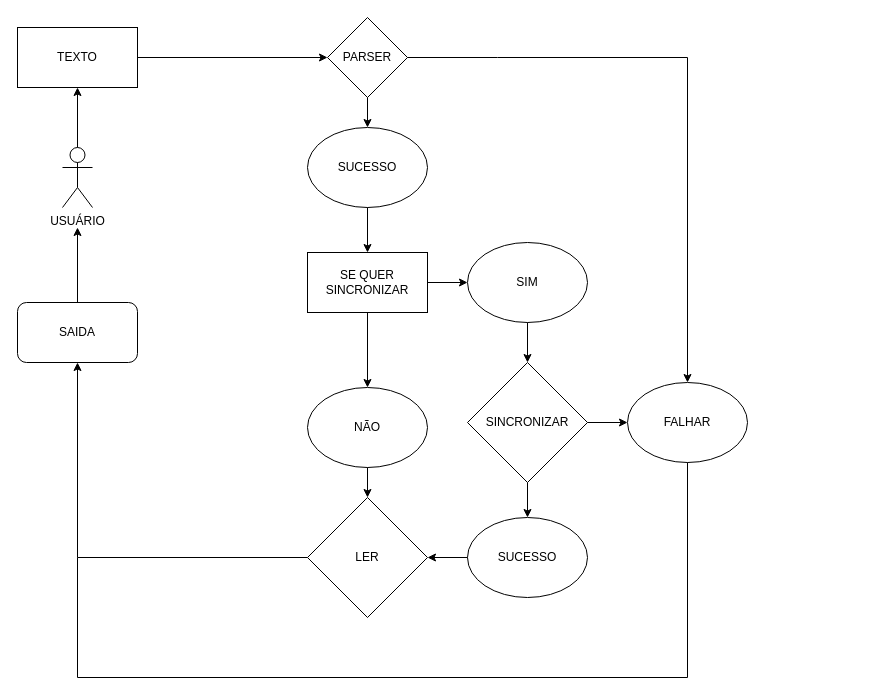
BeyondMagic/litteral keeps this draw.io diagram as Diagrama sem nome.drawio. Above is the earlier version. Source tidied: cells renumbered, new cells numbered last; positions are measured from the earlier drawing's top-left corner, leaving out a move shared by most shapes. Both pictures are drawn from the tidied source at 100%, with x=0, y=0 at pixel (17, 17).
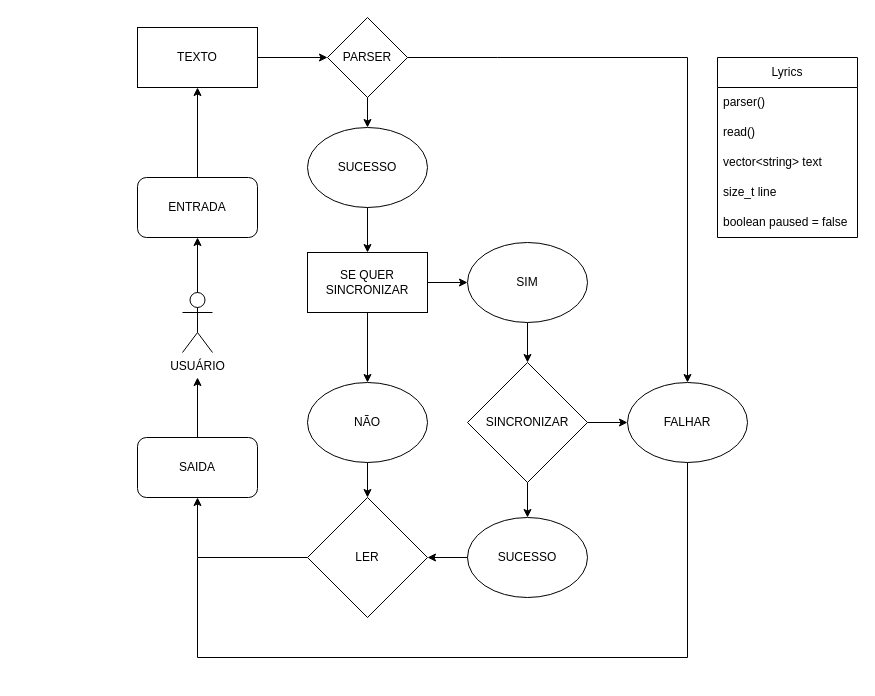
After the change.

The change refers to these unchanged cells:
```xml
<mxCell id="4" value="PARSER" style="rhombus;whiteSpace=wrap;html=1;" parent="1" vertex="1">
  <mxGeometry x="310" width="80" height="80" as="geometry" />
</mxCell>
<mxCell id="9" value="&lt;div&gt;SINCRONIZAR&lt;/div&gt;" style="rhombus;whiteSpace=wrap;html=1;" parent="1" vertex="1">
  <mxGeometry x="450" y="345" width="120" height="120" as="geometry" />
</mxCell>
<mxCell id="15" value="LER" style="rhombus;whiteSpace=wrap;html=1;" parent="1" vertex="1">
  <mxGeometry x="290" y="480" width="120" height="120" as="geometry" />
</mxCell>
<mxCell id="17" value="FALHAR" style="ellipse;whiteSpace=wrap;html=1;" parent="1" vertex="1">
  <mxGeometry x="610" y="365" width="120" height="80" as="geometry" />
</mxCell>
```

The edit, as a diff of the source:
```diff
@@
     <mxCell id="2" value="TEXTO" style="rounded=0;whiteSpace=wrap;html=1;" parent="1" vertex="1">
-      <mxGeometry y="10" width="120" height="60" as="geometry" />
+      <mxGeometry x="120" y="10" width="120" height="60" as="geometry" />
     </mxCell>
@@
     <mxCell id="10" value="USUÁRIO" style="shape=umlActor;verticalLabelPosition=bottom;verticalAlign=top;html=1;outlineConnect=0;" parent="1" vertex="1">
-      <mxGeometry x="45" y="130" width="30" height="60" as="geometry" />
+      <mxGeometry x="165" y="275" width="30" height="60" as="geometry" />
     </mxCell>
-    <mxCell id="11" style="endArrow=classic;html=1;rounded=0;exitX=0.5;exitY=0;exitDx=0;exitDy=0;exitPerimeter=0;entryX=0.5;entryY=1;entryDx=0;entryDy=0;" parent="1" edge="1" source="10" target="2">
-      <mxGeometry relative="1" as="geometry" />
+    <mxCell id="11" style="endArrow=classic;html=1;rounded=0;exitX=0.5;exitY=0;exitDx=0;exitDy=0;exitPerimeter=0;" parent="1" edge="1" source="10">
+      <mxGeometry relative="1" as="geometry">
+        <mxPoint x="180" y="220" as="targetPoint" />
+      </mxGeometry>
     </mxCell>
     <mxCell id="12" value="NÃO" style="ellipse;whiteSpace=wrap;html=1;" parent="1" vertex="1">
-      <mxGeometry x="290" y="370" width="120" height="80" as="geometry" />
+      <mxGeometry x="290" y="365" width="120" height="80" as="geometry" />
     </mxCell>
@@
     <mxCell id="16" style="endArrow=classic;html=1;rounded=0;exitX=0.5;exitY=0;exitDx=0;exitDy=0;" parent="1" edge="1" source="23">
       <mxGeometry relative="1" as="geometry">
-        <mxPoint x="60" y="210" as="targetPoint" />
+        <mxPoint x="180" y="360" as="targetPoint" />
       </mxGeometry>
     </mxCell>
@@
-    <mxCell id="18" style="endArrow=classic;html=1;rounded=0;entryX=0;entryY=0.5;entryDx=0;entryDy=0;exitX=1;exitY=0.5;exitDx=0;exitDy=0;" parent="1" edge="1" source="9" target="17">
-      <mxGeometry relative="1" as="geometry" />
+    <mxCell id="18" style="endArrow=classic;html=1;rounded=0;entryX=0;entryY=0.5;entryDx=0;entryDy=0;exitX=1;exitY=0.5;exitDx=0;exitDy=0;" parent="1" edge="1" source="9">
+      <mxGeometry relative="1" as="geometry">
+        <mxPoint x="610" y="405" as="targetPoint" />
+      </mxGeometry>
     </mxCell>
@@
-    <mxCell id="22" style="endArrow=classic;html=1;rounded=0;exitX=0;exitY=0.5;exitDx=0;exitDy=0;" parent="1" edge="1" source="15" target="23">
+    <mxCell id="22" style="endArrow=classic;html=1;rounded=0;exitX=0;exitY=0.5;exitDx=0;exitDy=0;entryX=0.5;entryY=1;entryDx=0;entryDy=0;" parent="1" edge="1" source="15" target="23">
       <mxGeometry relative="1" as="geometry">
         <Array as="points">
-          <mxPoint x="60" y="540" />
+          <mxPoint x="180" y="540" />
         </Array>
       </mxGeometry>
     </mxCell>
     <mxCell id="23" value="SAIDA" style="rounded=1;whiteSpace=wrap;html=1;" parent="1" vertex="1">
-      <mxGeometry y="285" width="120" height="60" as="geometry" />
+      <mxGeometry x="120" y="420" width="120" height="60" as="geometry" />
     </mxCell>
     <mxCell id="24" style="endArrow=none;html=1;rounded=0;exitX=0.5;exitY=1;exitDx=0;exitDy=0;" parent="1" edge="1" source="17">
       <mxGeometry relative="1" as="geometry">
-        <mxPoint x="60" y="540" as="targetPoint" />
+        <mxPoint x="180" y="540" as="targetPoint" />
         <Array as="points">
-          <mxPoint x="670" y="660" />
-          <mxPoint x="60" y="660" />
+          <mxPoint x="670" y="640" />
+          <mxPoint x="180" y="640" />
         </Array>
       </mxGeometry>
     </mxCell>
-    <mxCell id="25" style="endArrow=classic;html=1;rounded=0;exitX=1;exitY=0.5;exitDx=0;exitDy=0;entryX=0.5;entryY=0;entryDx=0;entryDy=0;" parent="1" edge="1" source="4" target="17">
+    <mxCell id="25" style="endArrow=classic;html=1;rounded=0;exitX=1;exitY=0.5;exitDx=0;exitDy=0;entryX=0.5;entryY=0;entryDx=0;entryDy=0;" parent="1" edge="1" source="4">
       <mxGeometry relative="1" as="geometry">
+        <mxPoint x="670" y="365" as="targetPoint" />
         <Array as="points">
           <mxPoint x="480" y="40" />
           <mxPoint x="670" y="40" />
         </Array>
       </mxGeometry>
     </mxCell>
@@
+    <mxCell id="29" value="Lyrics" style="swimlane;fontStyle=0;horizontal=1;startSize=30;whiteSpace=wrap;html=1;" parent="1" vertex="1">
+      <mxGeometry x="700" y="40" width="140" height="180" as="geometry" />
+    </mxCell>
+    <mxCell id="30" value="parser()" style="text;strokeColor=none;fillColor=none;align=left;verticalAlign=middle;spacingLeft=4;spacingRight=4;overflow=hidden;whiteSpace=wrap;html=1;" parent="29" vertex="1">
+      <mxGeometry y="30" width="140" height="30" as="geometry" />
+    </mxCell>
+    <mxCell id="31" value="read()" style="text;strokeColor=none;fillColor=none;align=left;verticalAlign=middle;spacingLeft=4;spacingRight=4;overflow=hidden;whiteSpace=wrap;html=1;" parent="29" vertex="1">
+      <mxGeometry y="60" width="140" height="30" as="geometry" />
+    </mxCell>
+    <mxCell id="32" value="vector&amp;lt;string&amp;gt; text" style="text;strokeColor=none;fillColor=none;align=left;verticalAlign=middle;spacingLeft=4;spacingRight=4;overflow=hidden;whiteSpace=wrap;html=1;" parent="29" vertex="1">
+      <mxGeometry y="90" width="140" height="30" as="geometry" />
+    </mxCell>
+    <mxCell id="33" value="size_t line" style="text;strokeColor=none;fillColor=none;align=left;verticalAlign=middle;spacingLeft=4;spacingRight=4;overflow=hidden;whiteSpace=wrap;html=1;" parent="29" vertex="1">
+      <mxGeometry y="120" width="140" height="30" as="geometry" />
+    </mxCell>
+    <mxCell id="34" value="boolean paused = false" style="text;strokeColor=none;fillColor=none;align=left;verticalAlign=middle;spacingLeft=4;spacingRight=4;overflow=hidden;whiteSpace=wrap;html=1;" parent="29" vertex="1">
+      <mxGeometry y="150" width="140" height="30" as="geometry" />
+    </mxCell>
+    <mxCell id="35" value="ENTRADA" style="rounded=1;whiteSpace=wrap;html=1;" parent="1" vertex="1">
+      <mxGeometry x="120" y="160" width="120" height="60" as="geometry" />
+    </mxCell>
+    <mxCell id="36" style="endArrow=classic;html=1;rounded=0;exitX=0.5;exitY=0;exitDx=0;exitDy=0;entryX=0.5;entryY=1;entryDx=0;entryDy=0;" parent="1" edge="1" source="35" target="2">
+      <mxGeometry relative="1" as="geometry" />
+    </mxCell>
```
